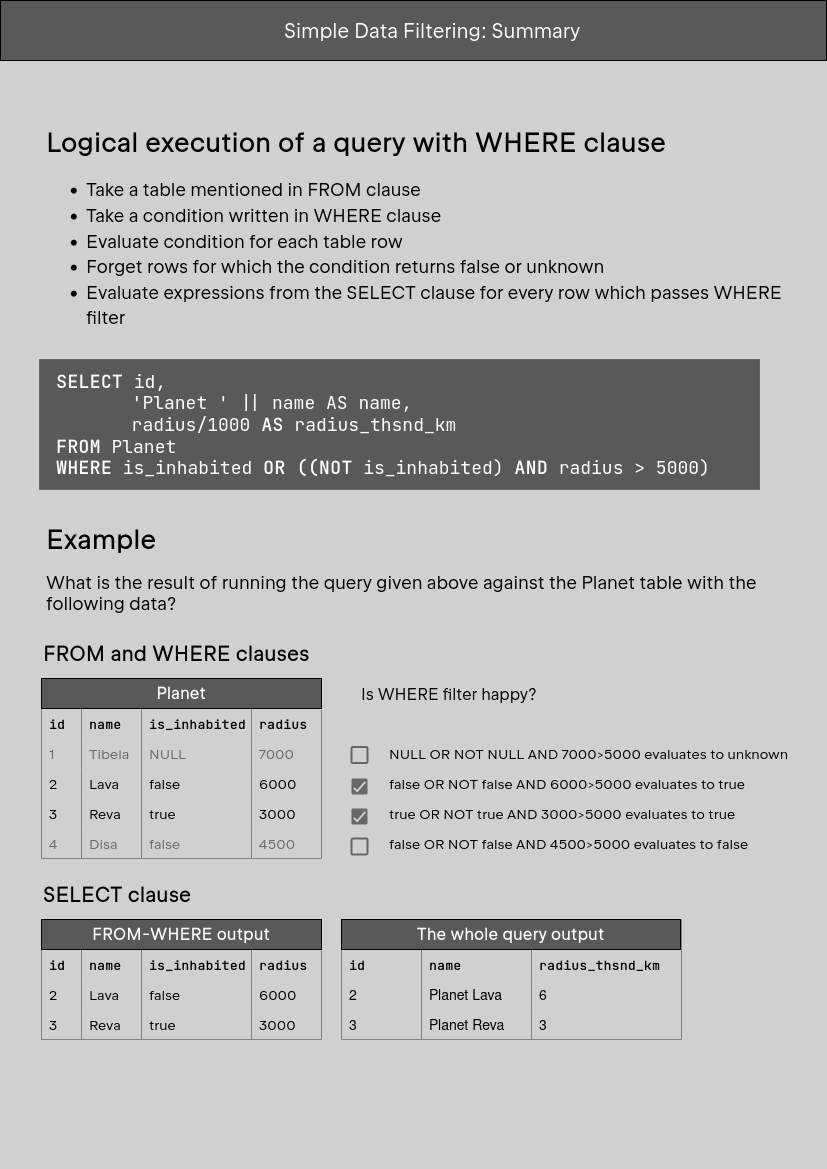
Earlier version of the draw.io export Lesson3/task2/SQL 101 - Task 3.2 - data filtering.drawio.png (jetbrains-academy/sql-course). Source tidied: cells renumbered, new cells last; positions are measured from the earlier drawing's top-left corner, leaving out a move shared by most shapes.
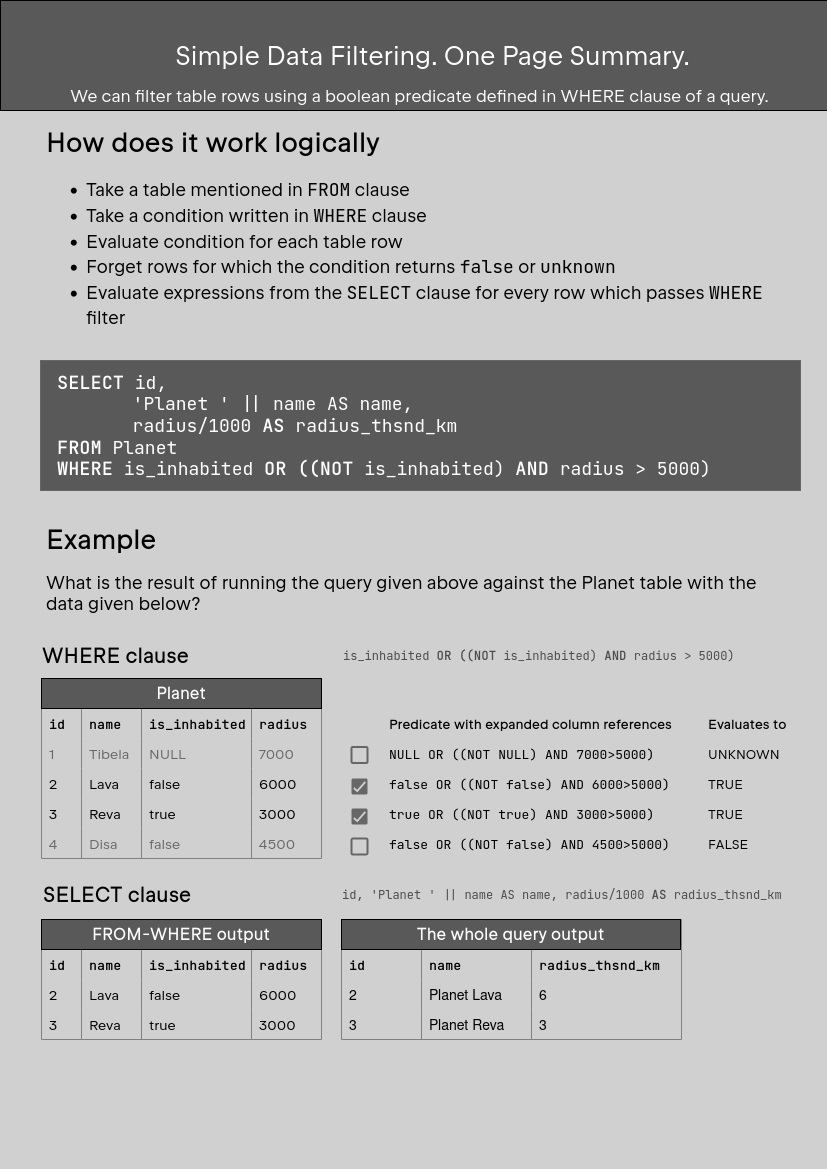
After the change.

The edit, as a diff of the source:
```diff
@@ -87,7 +87,7 @@
       <mxGeometry x="351" y="746.5" width="16" height="16" as="geometry" />
     </mxCell>
     <mxCell id="30" value="&lt;div style=&quot;font-size: 18px;&quot;&gt;&lt;font style=&quot;font-size: 18px;&quot;&gt;&lt;span style=&quot;&quot;&gt;&lt;b&gt;SELECT&lt;/b&gt; id, &lt;br&gt;&amp;nbsp;&amp;nbsp;&amp;nbsp;&amp;nbsp;&amp;nbsp;&amp;nbsp; 'Planet ' || name AS name, &lt;br&gt;&amp;nbsp;&amp;nbsp;&amp;nbsp;&amp;nbsp;&amp;nbsp;&amp;nbsp; radius/1000 &lt;b&gt;AS&lt;/b&gt; radius_thsnd_km &lt;br style=&quot;&quot;&gt;&lt;/span&gt;&lt;span style=&quot;&quot;&gt;&lt;b&gt;FROM&lt;/b&gt; Planet &lt;br style=&quot;&quot;&gt;&lt;/span&gt;&lt;span style=&quot;&quot;&gt;&lt;b&gt;WHERE&lt;/b&gt; is_inhabited &lt;b&gt;OR ((NOT&lt;/b&gt; is_inhabited) &lt;b&gt;AND&lt;/b&gt; radius &amp;gt; 5000&lt;/span&gt;&lt;span style=&quot;&quot;&gt;)&lt;br style=&quot;&quot;&gt;&lt;/span&gt;&lt;/font&gt;&lt;/div&gt;" style="rounded=0;whiteSpace=wrap;html=1;labelBackgroundColor=none;labelBorderColor=none;fontSize=20;align=left;fontFamily=JetBrains Mono;fontSource=https%3A%2F%2Ffonts.googleapis.com%2Fcss%3Ffamily%3DJetBrains%2BMono;shadow=0;glass=0;spacing=17;fillColor=#595959;fontColor=#FFFFFF;strokeColor=#666666;" parent="1" vertex="1">
-      <mxGeometry x="39" y="359" width="720" height="130" as="geometry" />
+      <mxGeometry x="40" y="360" width="760" height="130" as="geometry" />
     </mxCell>
     <mxCell id="31" style="dashed=0;labelPosition=right;align=left;shape=mxgraph.gmdl.checkbox;strokeColor=none;fillColor=#676767;strokeWidth=2;fontSize=14;rounded=0;" parent="1" vertex="1">
       <mxGeometry x="351" y="808" width="16" height="16" as="geometry" />
@@ -95,65 +95,80 @@
     <mxCell id="32" value="Planet" style="rounded=0;whiteSpace=wrap;html=1;labelBackgroundColor=none;fontFamily=JetBrains Sans;fontColor=#FFFFFF;fillColor=#595959;fontStyle=1;fontSize=16;" parent="1" vertex="1">
       <mxGeometry x="41" y="678" width="280" height="30" as="geometry" />
     </mxCell>
-    <mxCell id="33" value="&lt;p style=&quot;line-height: 1.1;&quot;&gt;&lt;/p&gt;&lt;h1&gt;Logical execution of a query with WHERE clause&lt;br&gt;&lt;/h1&gt;&lt;ul style=&quot;font-size: 18px; line-height: 1.4;&quot;&gt;&lt;li&gt;Take a table mentioned in FROM clause&lt;/li&gt;&lt;li&gt;Take a condition written in WHERE clause&lt;/li&gt;&lt;li&gt;Evaluate condition for each table row&lt;/li&gt;&lt;li&gt;Forget rows for which the condition returns false or unknown&lt;/li&gt;&lt;li&gt;Evaluate expressions from the SELECT clause for every row which passes WHERE filter&lt;/li&gt;&lt;/ul&gt;&lt;br&gt;&lt;p&gt;&lt;/p&gt;" style="text;html=1;strokeColor=none;fillColor=none;spacing=5;spacingTop=-20;whiteSpace=wrap;overflow=hidden;rounded=0;labelBackgroundColor=none;fontFamily=JetBrains Sans;fontSize=13;fontColor=default;" parent="1" vertex="1">
+    <mxCell id="33" value="&lt;p style=&quot;line-height: 1.1;&quot;&gt;&lt;/p&gt;&lt;h1&gt;How does it work logically&lt;br&gt;&lt;/h1&gt;&lt;ul style=&quot;font-size: 18px; line-height: 1.4;&quot;&gt;&lt;li&gt;Take a table mentioned in &lt;font face=&quot;JetBrains Mono&quot;&gt;FROM&lt;/font&gt; clause&lt;/li&gt;&lt;li&gt;Take a condition written in &lt;font face=&quot;JetBrains Mono&quot;&gt;WHERE&lt;/font&gt; clause&lt;/li&gt;&lt;li&gt;Evaluate condition for each table row&lt;/li&gt;&lt;li&gt;Forget rows for which the condition returns &lt;font face=&quot;JetBrains Mono&quot;&gt;false&lt;/font&gt; or &lt;font face=&quot;JetBrains Mono&quot;&gt;unknown&lt;/font&gt;&lt;/li&gt;&lt;li&gt;Evaluate expressions from the &lt;font face=&quot;JetBrains Mono&quot;&gt;SELECT&lt;/font&gt; clause for every row which passes &lt;font face=&quot;JetBrains Mono&quot;&gt;WHERE&lt;/font&gt; filter&lt;/li&gt;&lt;/ul&gt;&lt;br&gt;&lt;p&gt;&lt;/p&gt;" style="text;html=1;strokeColor=none;fillColor=none;spacing=5;spacingTop=-20;whiteSpace=wrap;overflow=hidden;rounded=0;labelBackgroundColor=none;fontFamily=JetBrains Sans;fontSize=13;fontColor=default;" parent="1" vertex="1">
       <mxGeometry x="41" y="120" width="760" height="220" as="geometry" />
     </mxCell>
-    <mxCell id="34" value="&lt;h1&gt;&lt;font style=&quot;font-size: 26px;&quot;&gt;Example&lt;/font&gt;&lt;br&gt;&lt;/h1&gt;&lt;p&gt;&lt;font style=&quot;font-size: 18px;&quot;&gt;What is the result of running the query given above against the Planet table with the following data?&lt;/font&gt;&lt;br&gt;&lt;/p&gt;" style="text;html=1;strokeColor=none;fillColor=none;spacing=5;spacingTop=-20;whiteSpace=wrap;overflow=hidden;rounded=0;fontFamily=JetBrains Sans;shadow=0;" parent="1" vertex="1">
-      <mxGeometry x="41" y="518" width="720" height="110" as="geometry" />
+    <mxCell id="34" value="&lt;h1&gt;&lt;font style=&quot;font-size: 26px;&quot;&gt;Example&lt;/font&gt;&lt;br&gt;&lt;/h1&gt;&lt;p&gt;&lt;font style=&quot;font-size: 18px;&quot;&gt;What is the result of running the query given above against the Planet table with the data given below?&lt;/font&gt;&lt;br&gt;&lt;/p&gt;" style="text;html=1;strokeColor=none;fillColor=none;spacing=5;spacingTop=-20;whiteSpace=wrap;overflow=hidden;rounded=0;fontFamily=JetBrains Sans;shadow=0;" parent="1" vertex="1">
+      <mxGeometry x="41" y="518" width="759" height="110" as="geometry" />
     </mxCell>
-    <mxCell id="35" value="Is WHERE filter happy?" style="shape=table;startSize=30;rowLines=0;fontStyle=0;align=left;fontSize=16;fontFamily=JetBrains Sans;labelBackgroundColor=none;strokeColor=none;spacingLeft=18;fillColor=none;rounded=0;" parent="1" vertex="1">
-      <mxGeometry x="341" y="678" width="460" height="180" as="geometry" />
+    <mxCell id="35" style="shape=table;startSize=30;rowLines=0;fontStyle=0;align=left;fontSize=16;fontFamily=JetBrains Sans;labelBackgroundColor=none;strokeColor=none;spacingLeft=18;fillColor=none;rounded=0;" parent="1" vertex="1">
+      <mxGeometry x="341" y="678" width="459" height="180" as="geometry" />
     </mxCell>
     <mxCell id="36" style="shape=tableRow;horizontal=0;startSize=0;swimlaneHead=0;swimlaneBody=0;fillColor=none;top=0;left=0;right=0;bottom=1;strokeColor=none;rounded=0;" parent="35" vertex="1">
-      <mxGeometry y="30" width="460" height="30" as="geometry" />
+      <mxGeometry y="30" width="459" height="30" as="geometry" />
     </mxCell>
     <mxCell id="37" style="shape=partialRectangle;fillColor=none;top=0;left=0;bottom=0;right=0;align=left;spacingLeft=6;fontStyle=1;overflow=hidden;fontSize=13;fontFamily=JetBrains Mono;fontSource=https%3A%2F%2Ffonts.googleapis.com%2Fcss%3Ffamily%3DJetBrains%2BMono;strokeColor=none;rounded=0;" parent="36" vertex="1">
       <mxGeometry width="40" height="30" as="geometry" />
     </mxCell>
-    <mxCell id="38" style="shape=partialRectangle;fillColor=none;top=0;left=0;bottom=0;right=0;align=left;spacingLeft=6;fontStyle=1;overflow=hidden;fontSize=13;fontFamily=JetBrains Mono;fontSource=https%3A%2F%2Ffonts.googleapis.com%2Fcss%3Ffamily%3DJetBrains%2BMono;strokeColor=none;rounded=0;" parent="36" vertex="1">
-      <mxGeometry x="40" width="420" height="30" as="geometry" />
+    <mxCell id="38" value="Predicate with expanded column references" style="shape=partialRectangle;fillColor=none;top=0;left=0;bottom=0;right=0;align=left;spacingLeft=6;fontStyle=1;overflow=hidden;fontSize=13;fontFamily=JetBrains Sans;strokeColor=none;rounded=0;" parent="36" vertex="1">
+      <mxGeometry x="40" width="319" height="30" as="geometry" />
     </mxCell>
+    <mxCell id="86" value="Evaluates to" style="shape=partialRectangle;fillColor=none;top=0;left=0;bottom=0;right=0;align=left;spacingLeft=6;fontStyle=1;overflow=hidden;fontSize=13;fontFamily=JetBrains Sans;strokeColor=none;rounded=0;" parent="36" vertex="1">
+      <mxGeometry x="359" width="100" height="30" as="geometry" />
+    </mxCell>
     <mxCell id="39" style="shape=tableRow;horizontal=0;startSize=0;swimlaneHead=0;swimlaneBody=0;fillColor=none;top=0;left=0;right=0;bottom=0;fontSize=14;rounded=0;" parent="35" vertex="1">
-      <mxGeometry y="60" width="460" height="30" as="geometry" />
+      <mxGeometry y="60" width="459" height="30" as="geometry" />
     </mxCell>
     <mxCell id="40" style="shape=partialRectangle;fillColor=none;top=1;left=1;bottom=1;right=1;align=left;spacingLeft=6;overflow=hidden;fontSize=14;perimeterSpacing=0;strokeColor=none;rounded=0;" parent="39" vertex="1">
       <mxGeometry width="40" height="30" as="geometry" />
     </mxCell>
-    <mxCell id="41" value="NULL OR NOT NULL AND 7000&gt;5000 evaluates to unknown  " style="shape=partialRectangle;fillColor=none;top=0;left=0;bottom=0;right=0;align=left;spacingLeft=6;overflow=hidden;fontSize=14;fontFamily=JetBrains Sans;rounded=0;" parent="39" vertex="1">
-      <mxGeometry x="40" width="420" height="30" as="geometry" />
+    <mxCell id="41" value="NULL OR ((NOT NULL) AND 7000&gt;5000)" style="shape=partialRectangle;fillColor=none;top=0;left=0;bottom=0;right=0;align=left;spacingLeft=6;overflow=hidden;fontSize=13;fontFamily=JetBrains Mono;rounded=0;fontSource=https%3A%2F%2Ffonts.googleapis.com%2Fcss%3Ffamily%3DJetBrains%2BMono;" parent="39" vertex="1">
+      <mxGeometry x="40" width="319" height="30" as="geometry" />
     </mxCell>
+    <mxCell id="87" value="UNKNOWN" style="shape=partialRectangle;fillColor=none;top=0;left=0;bottom=0;right=0;align=left;spacingLeft=6;overflow=hidden;fontSize=13;fontFamily=JetBrains Sans;rounded=0;" parent="39" vertex="1">
+      <mxGeometry x="359" width="100" height="30" as="geometry" />
+    </mxCell>
     <mxCell id="42" style="shape=tableRow;horizontal=0;startSize=0;swimlaneHead=0;swimlaneBody=0;fillColor=none;top=0;left=0;right=0;bottom=0;fontSize=14;rounded=0;" parent="35" vertex="1">
-      <mxGeometry y="90" width="460" height="30" as="geometry" />
+      <mxGeometry y="90" width="459" height="30" as="geometry" />
     </mxCell>
     <mxCell id="43" style="shape=partialRectangle;fillColor=none;top=0;left=0;bottom=0;right=0;align=left;spacingLeft=6;overflow=hidden;fontSize=14;rounded=0;" parent="42" vertex="1">
       <mxGeometry width="40" height="30" as="geometry" />
     </mxCell>
-    <mxCell id="44" value="false OR NOT false AND 6000&gt;5000 evaluates to true" style="shape=partialRectangle;fillColor=none;top=0;left=0;bottom=0;right=0;align=left;spacingLeft=6;overflow=hidden;fontSize=14;fontFamily=JetBrains Sans;rounded=0;" parent="42" vertex="1">
-      <mxGeometry x="40" width="420" height="30" as="geometry" />
+    <mxCell id="44" value="false OR ((NOT false) AND 6000&gt;5000)" style="shape=partialRectangle;fillColor=none;top=0;left=0;bottom=0;right=0;align=left;spacingLeft=6;overflow=hidden;fontSize=13;fontFamily=JetBrains Mono;rounded=0;fontSource=https%3A%2F%2Ffonts.googleapis.com%2Fcss%3Ffamily%3DJetBrains%2BMono;" parent="42" vertex="1">
+      <mxGeometry x="40" width="319" height="30" as="geometry" />
     </mxCell>
+    <mxCell id="88" value="TRUE" style="shape=partialRectangle;fillColor=none;top=0;left=0;bottom=0;right=0;align=left;spacingLeft=6;overflow=hidden;fontSize=13;fontFamily=JetBrains Sans;rounded=0;" parent="42" vertex="1">
+      <mxGeometry x="359" width="100" height="30" as="geometry" />
+    </mxCell>
     <mxCell id="45" style="shape=tableRow;horizontal=0;startSize=0;swimlaneHead=0;swimlaneBody=0;fillColor=none;top=0;left=0;right=0;bottom=0;fontSize=14;rounded=0;" parent="35" vertex="1">
-      <mxGeometry y="120" width="460" height="30" as="geometry" />
+      <mxGeometry y="120" width="459" height="30" as="geometry" />
     </mxCell>
     <mxCell id="46" style="shape=partialRectangle;fillColor=none;top=0;left=0;bottom=0;right=0;align=left;spacingLeft=6;overflow=hidden;fontSize=14;rounded=0;" parent="45" vertex="1">
       <mxGeometry width="40" height="30" as="geometry" />
     </mxCell>
-    <mxCell id="47" value="true OR NOT true AND 3000&gt;5000 evaluates to true" style="shape=partialRectangle;fillColor=none;top=0;left=0;bottom=0;right=0;align=left;spacingLeft=6;overflow=hidden;fontSize=14;fontFamily=JetBrains Sans;rounded=0;" parent="45" vertex="1">
-      <mxGeometry x="40" width="420" height="30" as="geometry" />
+    <mxCell id="47" value="true OR ((NOT true) AND 3000&gt;5000)" style="shape=partialRectangle;fillColor=none;top=0;left=0;bottom=0;right=0;align=left;spacingLeft=6;overflow=hidden;fontSize=13;fontFamily=JetBrains Mono;rounded=0;fontSource=https%3A%2F%2Ffonts.googleapis.com%2Fcss%3Ffamily%3DJetBrains%2BMono;" parent="45" vertex="1">
+      <mxGeometry x="40" width="319" height="30" as="geometry" />
     </mxCell>
+    <mxCell id="89" value="TRUE" style="shape=partialRectangle;fillColor=none;top=0;left=0;bottom=0;right=0;align=left;spacingLeft=6;overflow=hidden;fontSize=13;fontFamily=JetBrains Sans;rounded=0;" parent="45" vertex="1">
+      <mxGeometry x="359" width="100" height="30" as="geometry" />
+    </mxCell>
     <mxCell id="48" style="shape=tableRow;horizontal=0;startSize=0;swimlaneHead=0;swimlaneBody=0;fillColor=none;top=0;left=0;right=0;bottom=0;fontSize=14;rounded=0;" parent="35" vertex="1">
-      <mxGeometry y="150" width="460" height="30" as="geometry" />
+      <mxGeometry y="150" width="459" height="30" as="geometry" />
     </mxCell>
     <mxCell id="49" style="shape=partialRectangle;fillColor=none;top=0;left=0;bottom=0;right=0;align=left;spacingLeft=6;overflow=hidden;fontSize=14;rounded=0;" parent="48" vertex="1">
       <mxGeometry width="40" height="30" as="geometry" />
     </mxCell>
-    <mxCell id="50" value="false OR NOT false AND 4500&gt;5000 evaluates to false" style="shape=partialRectangle;fillColor=none;top=0;left=0;bottom=0;right=0;align=left;spacingLeft=6;overflow=hidden;fontSize=14;fontFamily=JetBrains Sans;rounded=0;" parent="48" vertex="1">
-      <mxGeometry x="40" width="420" height="30" as="geometry" />
+    <mxCell id="50" value="false OR ((NOT false) AND 4500&gt;5000)" style="shape=partialRectangle;fillColor=none;top=0;left=0;bottom=0;right=0;align=left;spacingLeft=6;overflow=hidden;fontSize=13;fontFamily=JetBrains Mono;rounded=0;fontSource=https%3A%2F%2Ffonts.googleapis.com%2Fcss%3Ffamily%3DJetBrains%2BMono;" parent="48" vertex="1">
+      <mxGeometry x="40" width="319" height="30" as="geometry" />
     </mxCell>
+    <mxCell id="90" value="FALSE" style="shape=partialRectangle;fillColor=none;top=0;left=0;bottom=0;right=0;align=left;spacingLeft=6;overflow=hidden;fontSize=13;fontFamily=JetBrains Sans;rounded=0;" parent="48" vertex="1">
+      <mxGeometry x="359" width="100" height="30" as="geometry" />
+    </mxCell>
     <mxCell id="51" style="dashed=0;labelPosition=right;align=left;shape=mxgraph.gmdl.checkbox;strokeColor=#666666;fillColor=none;strokeWidth=2;labelBackgroundColor=#99CCFF;labelBorderColor=#00CC00;fontSize=14;rounded=0;" parent="1" vertex="1">
       <mxGeometry x="351" y="838" width="16" height="16" as="geometry" />
     </mxCell>
-    <mxCell id="52" value="&lt;div align=&quot;left&quot;&gt;FROM and WHERE clauses&lt;/div&gt;" style="text;html=1;strokeColor=none;fillColor=none;align=left;verticalAlign=middle;whiteSpace=wrap;rounded=0;fontFamily=JetBrains Sans;fontSize=20;fontColor=#000000;fontStyle=1;" parent="1" vertex="1">
-      <mxGeometry x="41" y="638" width="590" height="30" as="geometry" />
+    <mxCell id="52" value="&lt;div align=&quot;left&quot;&gt;WHERE clause&lt;/div&gt;" style="text;html=1;strokeColor=none;fillColor=none;align=left;verticalAlign=middle;whiteSpace=wrap;rounded=0;fontFamily=JetBrains Sans;fontSize=20;fontColor=#000000;fontStyle=1;" parent="1" vertex="1">
+      <mxGeometry x="40" y="640" width="590" height="30" as="geometry" />
     </mxCell>
     <mxCell id="53" value="&lt;div align=&quot;left&quot;&gt;SELECT clause&lt;br&gt;&lt;/div&gt;" style="text;html=1;strokeColor=none;fillColor=none;align=left;verticalAlign=middle;whiteSpace=wrap;rounded=0;fontFamily=JetBrains Sans;fontSize=20;fontColor=#000000;fontStyle=1;" parent="1" vertex="1">
       <mxGeometry x="41" y="879" width="370" height="30" as="geometry" />
@@ -251,8 +266,17 @@
     <mxCell id="84" value="The whole query output" style="rounded=0;whiteSpace=wrap;html=1;labelBackgroundColor=none;fontFamily=JetBrains Sans;fontColor=#FFFFFF;fillColor=#595959;fontStyle=1;fontSize=16;" parent="1" vertex="1">
       <mxGeometry x="341" y="919" width="339" height="30" as="geometry" />
     </mxCell>
-    <mxCell id="85" value="Simple Data Filtering: Summary" style="rounded=0;whiteSpace=wrap;html=1;fontSize=20;fillColor=#595959;fontFamily=JetBrains Sans;fontColor=#FFFFFF;align=center;spacingLeft=38;" parent="1" vertex="1">
-      <mxGeometry width="826" height="60" as="geometry" />
+    <mxCell id="85" value="Simple Data Filtering. One Page Summary." style="rounded=0;whiteSpace=wrap;html=1;fontSize=26;fillColor=#595959;fontFamily=JetBrains Sans;fontColor=#FFFFFF;align=center;spacingLeft=38;" parent="1" vertex="1">
+      <mxGeometry width="827" height="110" as="geometry" />
     </mxCell>
+    <mxCell id="91" value="&lt;div style=&quot;font-size: 17px;&quot;&gt;We can filter table rows using a boolean predicate defined in WHERE clause of a query.&lt;br style=&quot;font-size: 17px;&quot;&gt;&lt;/div&gt;" style="text;html=1;strokeColor=none;fillColor=none;align=center;verticalAlign=middle;whiteSpace=wrap;rounded=0;fontFamily=JetBrains Sans;fontColor=#FFFFFF;fontSize=17;" parent="1" vertex="1">
+      <mxGeometry x="39" y="80" width="761" height="30" as="geometry" />
+    </mxCell>
+    <mxCell id="92" value="&lt;font style=&quot;font-size: 12px;&quot;&gt;&lt;span style=&quot;font-size: 12px;&quot;&gt;is_inhabited &lt;b style=&quot;font-size: 12px;&quot;&gt;OR ((NOT&lt;/b&gt; is_inhabited) &lt;b style=&quot;font-size: 12px;&quot;&gt;AND&lt;/b&gt; radius &amp;gt; 5000&lt;/span&gt;&lt;span style=&quot;font-size: 12px;&quot;&gt;)&lt;/span&gt;&lt;/font&gt;" style="text;html=1;strokeColor=none;fillColor=none;align=left;verticalAlign=middle;whiteSpace=wrap;rounded=0;fontFamily=JetBrains Mono;fontSource=https%3A%2F%2Ffonts.googleapis.com%2Fcss%3Ffamily%3DJetBrains%2BMono;fontSize=12;fontColor=#4D4D4D;" parent="1" vertex="1">
+      <mxGeometry x="341" y="640" width="439" height="30" as="geometry" />
+    </mxCell>
+    <mxCell id="93" value="&lt;font style=&quot;font-size: 12px;&quot;&gt;&lt;span style=&quot;font-size: 12px;&quot;&gt;id, 'Planet ' || name AS name, radius/1000 &lt;b style=&quot;font-size: 12px;&quot;&gt;AS&lt;/b&gt; radius_thsnd_km &lt;/span&gt;&lt;/font&gt;" style="text;html=1;strokeColor=none;fillColor=none;align=left;verticalAlign=middle;whiteSpace=wrap;rounded=0;fontFamily=JetBrains Mono;fontSource=https%3A%2F%2Ffonts.googleapis.com%2Fcss%3Ffamily%3DJetBrains%2BMono;fontSize=12;fontColor=#4D4D4D;" parent="1" vertex="1">
+      <mxGeometry x="340" y="879" width="460" height="30" as="geometry" />
+    </mxCell>
   </root>
 </mxGraphModel>
```
